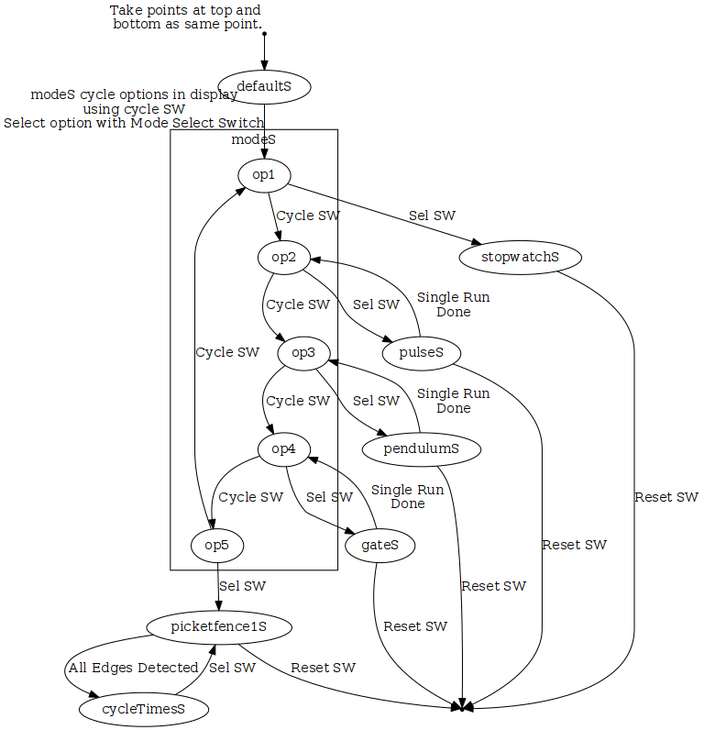
The Graphviz diagram image/mancyclemode.png in danpeirce/photogate-box-ssd1306term, before a commit. Its source is kept beside it as mancyclemode.gv.
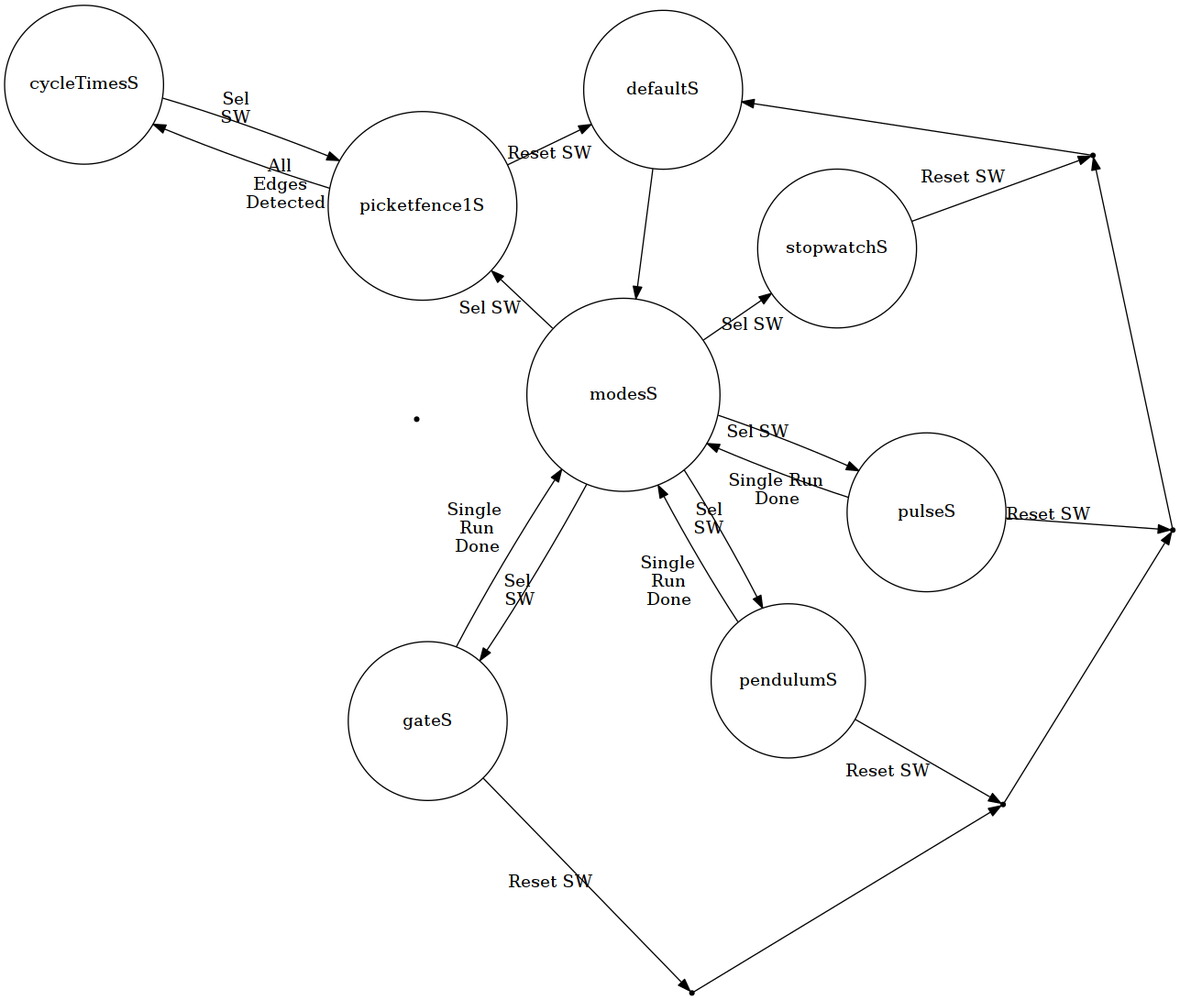
After the commit.

Commit message:
alternate stat transition diagram

The edit, as a diff of the source:
```diff
@@ -1,39 +1,48 @@
 digraph finite_state_machine {
-        size="8,10"
-        start [shape=point, xlabel=<Take points at top and<br /> bottom as same point.>];
-	    end [shape=point];
-        start -> defaultS
-        defaultS -> op1 [ xlabel = <modeS cycle options in display<br />using cycle SW<br />Select option with Mode Select Switch> ]
+        overlap=false;
+        splines="true";
+        graph [ranksep="0.525", nodesep="0.5"];
+	    end1 [shape=point, pos = "0, 4"];
+	    end2 [shape=point, pos = "3.46, 2"];
+	    end3 [shape=point, pos = "3.46, -2"];
+	    end4 [shape=point, pos = "-3.46, -2"];
+	    end5 [shape=point, pos = "-3.46, 2"];
 
-        op1 -> stopwatchS [ label = "Sel SW"]
-        stopwatchS -> end [ label = "Reset SW" ]
-        op2 -> pulseS [ label = "Sel SW" ]
-        pulseS -> op2 [ label = <Single Run<br />Done> ]
-        pulseS -> end [ label = "Reset SW" ]
-        op3 -> pendulumS [ label = "Sel SW" ]
-        pendulumS -> op3 [ label = <Single Run<br />Done>  ]
-        pendulumS -> end [ label = "Reset SW" ]
-        op4 -> gateS [ label = "Sel SW" ]
-        gateS -> op4 [ label = <Single Run<br />Done> ]
-        gateS -> end [ label = "Reset SW" ]
-        op5 -> picketfence1S [ label = "Sel SW" ]
-        picketfence1S -> end [ label = "Reset SW" ]
-        picketfence1S -> cycleTimesS [ label = "All Edges Detected" ]
-        cycleTimesS -> picketfence1S [ label = "Sel SW" ]
-        subgraph cluster_mode {
-                 rankdir=TB;
-                 node [shape = circle];
-                 op1 -> op2  [ label = "Cycle SW" ];
-                 op2 -> op3  [ label = "Cycle SW" ];
-                 op3 -> op4  [ label = "Cycle SW" ];
-                 op4 -> op5  [ label = "Cycle SW" ];
-                 op5 -> op1  [ label = "Cycle SW" ];
-                 label = "modeS";
+        defaultS [ pos = "0,3", shape = circle, height = "1.8"];
+        modesS [ pos = "0,0" , shape = circle, height = "2.2"];
+        stopwatchS [ pos = "2.6, 1.5" , shape = circle ];
+        pulseS [ pos = "2.6, -1.5", shape = circle, height = "1.8"];
+        pendulumS [ pos = "0, -1.5", shape = circle];
+        gateS [ pos = "-2.6, -1.5" , shape = circle, height = "1.8"];
+        picketfence1S [ pos = "-2.6, 1.5", shape = circle];
+        cycleTimesS [ shape = circle, height = "1.8"]
 
-        }
+        defaultS -> modesS;
+        modesS -> stopwatchS [ label = "Sel SW"];
+
+
+
+        stopwatchS -> end1 [ label = <Reset SW> ]
+        end1 -> defaultS;
+        modesS -> pulseS [ label = <Sel SW> ]
+        pulseS -> modesS [ label = <Single Run<br />Done> ]
+        pulseS -> end2 [ label = <Reset SW> ]
+        modesS -> pendulumS [ label = <Sel<br />SW> ]
+        pendulumS -> modesS [ label = <Single<br />Run<br />Done>  ]
+        pendulumS -> end3 [ label = "Reset SW" ]
+        modesS -> gateS [ label = <Sel<br /> SW> ]
+        gateS -> modesS [ label = <Single <br />Run<br />Done> ]
+        gateS -> end4 [ label = "Reset SW" ]
+        modesS -> picketfence1S [ label = "Sel SW" ]
+        picketfence1S -> defaultS [ label = "Reset SW" ]
+        picketfence1S -> cycleTimesS [ label = <All <br />Edges <br /> Detected> ]
+        cycleTimesS -> picketfence1S [ label = <Sel<br />SW> ]
+        end2 -> end1;
+        end4 -> end3;
+        end3 -> end2;
 
 }
 
 /*
-dot -Tpng mancyclemode.gv -o image/mancyclemode.png
+fdp -Tpng mancyclemode.gv -o image/mancyclemode.png
 */
```
